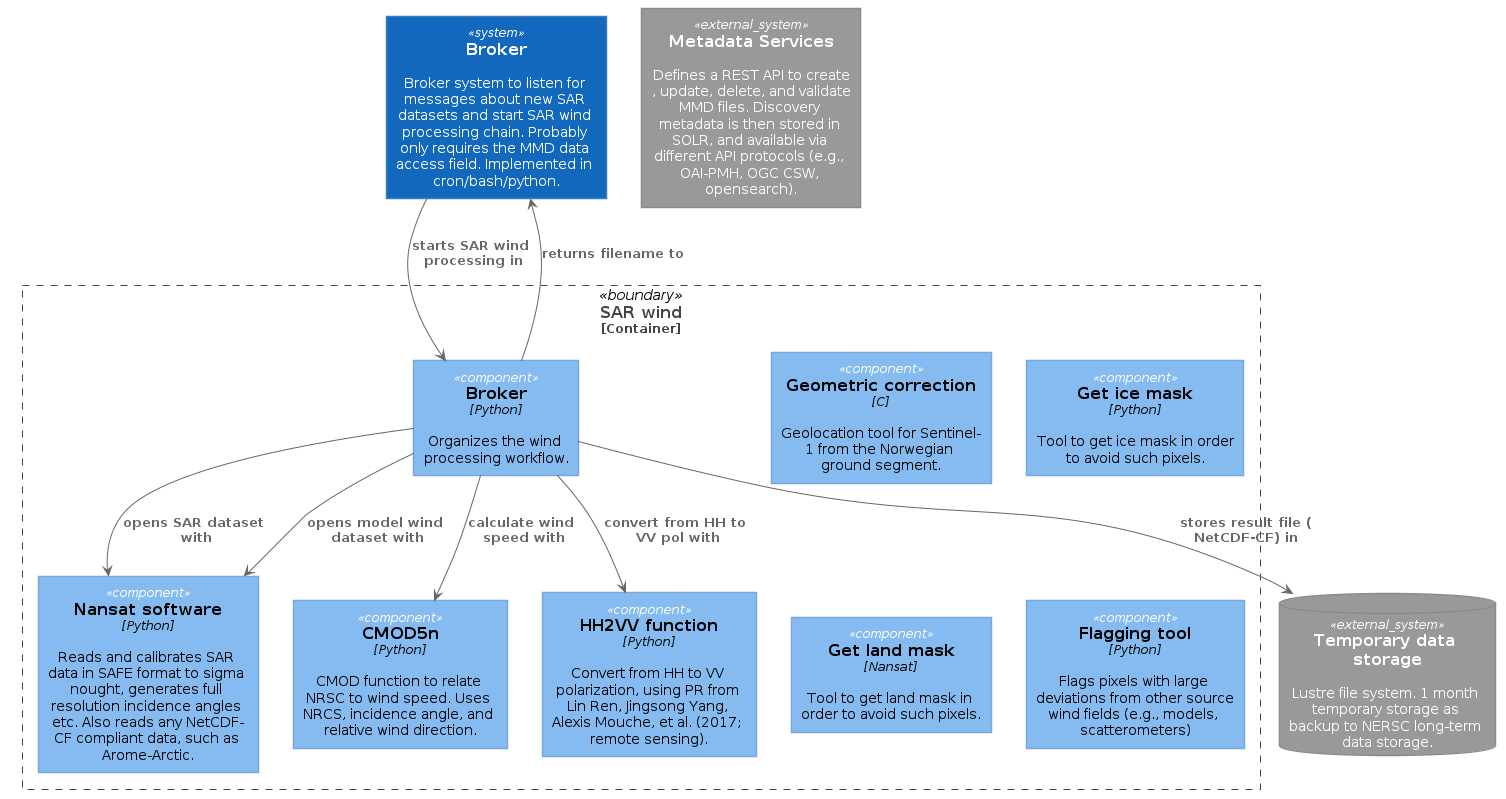
metno/py-sar-wind keeps this PlantUML diagram as puml/sarwind-component-diagram.png. Above is the earlier version. Source of this version:
```plantuml
@startuml sarwind-component-diagram





skinparam defaultTextAlignment center

skinparam wrapWidth 200
skinparam maxMessageSize 150

skinparam rectangle {
    StereotypeFontSize 12
    shadowing false
}

skinparam database {
    StereotypeFontSize 12
    shadowing false
}

skinparam Arrow {
    Color #666666
    FontColor #666666
    FontSize 12
}

skinparam rectangle<<boundary>> {
    Shadowing false
    StereotypeFontSize 0
    FontColor #444444
    BorderColor #444444
    BorderStyle dashed
}






















skinparam rectangle<<person>> {
    StereotypeFontColor #FFFFFF
    FontColor #FFFFFF
    BackgroundColor #08427B
    BorderColor #073B6F
}

skinparam rectangle<<external_person>> {
    StereotypeFontColor #FFFFFF
    FontColor #FFFFFF
    BackgroundColor #686868
    BorderColor #8A8A8A
}

skinparam rectangle<<system>> {
    StereotypeFontColor #FFFFFF
    FontColor #FFFFFF
    BackgroundColor #1168BD
    BorderColor #3C7FC0
}

skinparam rectangle<<external_system>> {
    StereotypeFontColor #FFFFFF
    FontColor #FFFFFF
    BackgroundColor #999999
    BorderColor #8A8A8A
}

skinparam database<<system>> {
    StereotypeFontColor #FFFFFF
    FontColor #FFFFFF
    BackgroundColor #1168BD
    BorderColor #3C7FC0
}

skinparam database<<external_system>> {
    StereotypeFontColor #FFFFFF
    FontColor #FFFFFF
    BackgroundColor #999999
    BorderColor #8A8A8A
}
















skinparam rectangle<<container>> {
    StereotypeFontColor #FFFFFF
    FontColor #FFFFFF
    BackgroundColor #438DD5
    BorderColor #3C7FC0
}

skinparam database<<container>> {
    StereotypeFontColor #FFFFFF
    FontColor #FFFFFF
    BackgroundColor #438DD5
    BorderColor #3C7FC0
}












skinparam rectangle<<component>> {
    StereotypeFontColor #FFFFFF
    FontColor #000000
    BackgroundColor #85BBF0
    BorderColor #78A8D8
}

skinparam database<<component>> {
    StereotypeFontColor #FFFFFF
    FontColor #000000
    BackgroundColor #85BBF0
    BorderColor #78A8D8
}







database "==Temporary data storage\n\n Lustre file system. 1 month temporary storage as backup to NERSC long-term data storage." <<external_system>> as met_storage

rectangle "==Metadata Services\n\n Defines a REST API to create, update, delete, and validate MMD files. Discovery metadata is then stored in SOLR, and available via different API protocols (e.g., OAI-PMH, OGC CSW, opensearch)." <<external_system>> as met

rectangle "==Broker\n\n Broker system to listen for messages about new SAR datasets and start SAR wind processing chain. Probably only requires the MMD data access field. Implemented in cron/bash/python." <<system>> as broker

rectangle "==SAR wind\n<size:12>[Container]</size>" <<boundary>> as sarwind{

  rectangle "==Geometric correction\n//<size:12>[C]</size>//\n\n Geolocation tool for Sentinel-1 from the Norwegian ground segment." <<component>> as nbs
  rectangle "==Get ice mask\n//<size:12>[Python]</size>//\n\n Tool to get ice mask in order to avoid such pixels." <<component>> as ice
  rectangle "==Get land mask\n//<size:12>[Nansat]</size>//\n\n Tool to get land mask in order to avoid such pixels." <<component>> as land
  rectangle "==CMOD5n\n//<size:12>[Python]</size>//\n\n CMOD function to relate NRSC to wind speed. Uses NRCS, incidence angle, and relative wind direction." <<component>> as cmod
  rectangle "==HH2VV function\n//<size:12>[Python]</size>//\n\n Convert from HH to VV polarization, using PR from Lin Ren, Jingsong Yang, Alexis Mouche, et al. (2017; remote sensing)." <<component>> as hh2vv
  rectangle "==Nansat software\n//<size:12>[Python]</size>//\n\n Reads and calibrates SAR data in SAFE format to sigma nought, generates full resolution incidence angles etc. Also reads any NetCDF-CF compliant data, such as Arome-Arctic." <<component>> as nansat
  rectangle "==Broker\n//<size:12>[Python]</size>//\n\n Organizes the wind processing workflow." <<component>> as swbroker

  rectangle "==Flagging tool\n//<size:12>[Python]</size>//\n\n Flags pixels with large deviations from other source wind fields (e.g., models, scatterometers)" <<component>> as flagger

}

broker --> swbroker : "===starts SAR wind processing in"

swbroker --> broker : "===returns filename to"
swbroker --> nansat : "===opens SAR dataset with"
swbroker --> nansat : "===opens model wind dataset with"
swbroker --> hh2vv : "===convert from HH to VV pol with"
swbroker --> cmod : "===calculate wind speed with"


swbroker --> met_storage : "===stores result file (NetCDF-CF) in"


@enduml
```
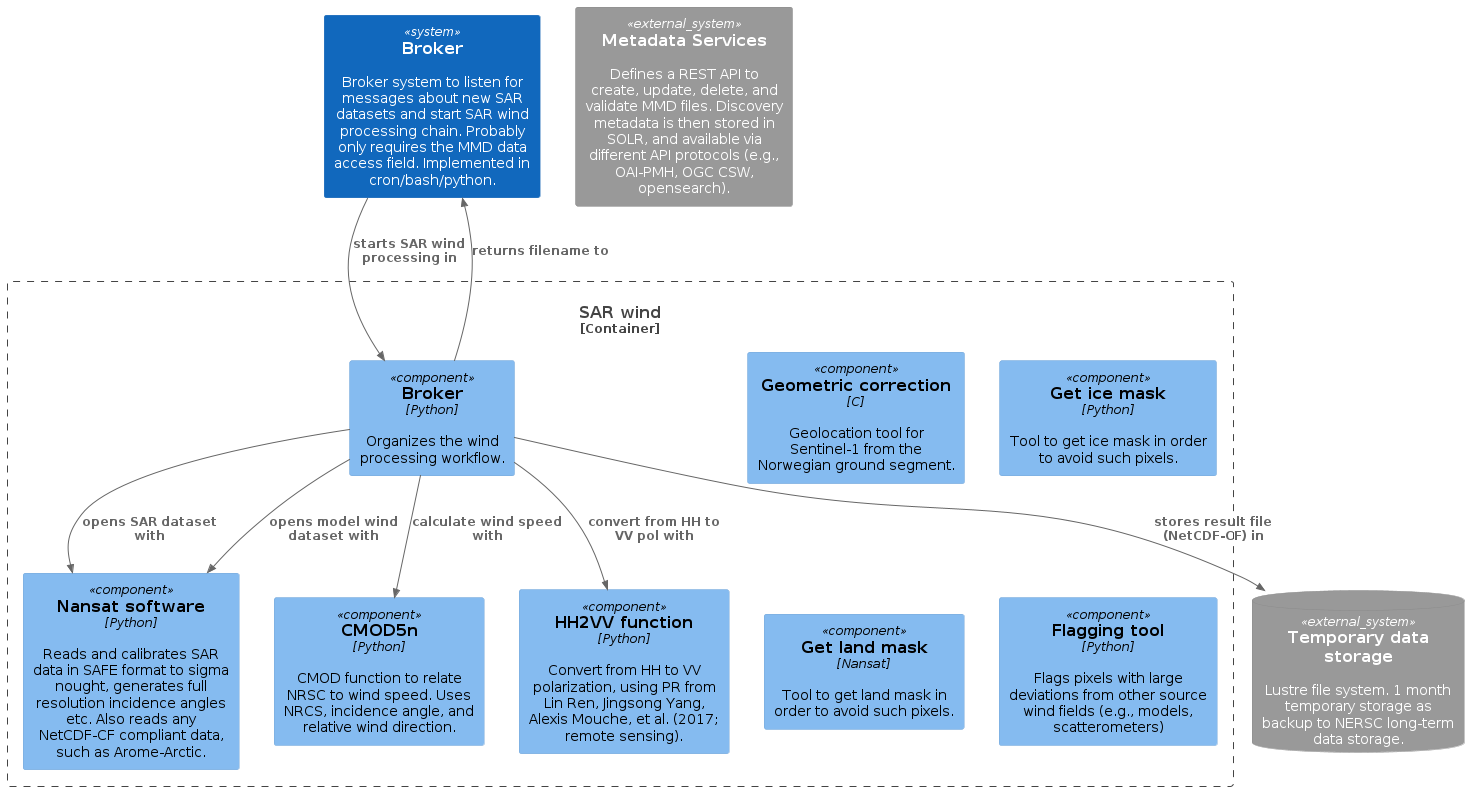
Later version of the same file.

The edit, as a diff of the source:
```diff
@@ -1,191 +1,37 @@
 @startuml sarwind-component-diagram
+!include <C4/C4_Component>
 
 
+SystemDb_Ext(met_storage, "Temporary data storage", "Lustre file system. 1 month temporary storage as backup to NERSC long-term data storage.")
 
+System_Ext(met, "Metadata Services", "Defines a REST API to create, update, delete, and validate MMD files. Discovery metadata is then stored in SOLR, and available via different API protocols (e.g., OAI-PMH, OGC CSW, opensearch).")
 
+System(broker, "Broker", "Broker system to listen for messages about new SAR datasets and start SAR wind processing chain. Probably only requires the MMD data access field. Implemented in cron/bash/python.")
 
-skinparam defaultTextAlignment center
+Container_Boundary(sarwind, "SAR wind"){
 
-skinparam wrapWidth 200
-skinparam maxMessageSize 150
+  Component(nbs, "Geometric correction", "C", "Geolocation tool for Sentinel-1 from the Norwegian ground segment.")
+  Component(ice, "Get ice mask", "Python", "Tool to get ice mask in order to avoid such pixels.")
+  Component(land, "Get land mask", "Nansat", "Tool to get land mask in order to avoid such pixels.")
+  Component(cmod, "CMOD5n", "Python", "CMOD function to relate NRSC to wind speed. Uses NRCS, incidence angle, and relative wind direction.")
+  Component(hh2vv, "HH2VV function", "Python", "Convert from HH to VV polarization, using PR from Lin Ren, Jingsong Yang, Alexis Mouche, et al. (2017; remote sensing).")
+  Component(nansat, "Nansat software", "Python", "Reads and calibrates SAR data in SAFE format to sigma nought, generates full resolution incidence angles etc. Also reads any NetCDF-CF compliant data, such as Arome-Arctic.")
+  Component(swbroker, "Broker", "Python", "Organizes the wind processing workflow.")
 
-skinparam rectangle {
-    StereotypeFontSize 12
-    shadowing false
-}
-
-skinparam database {
-    StereotypeFontSize 12
-    shadowing false
-}
-
-skinparam Arrow {
-    Color #666666
-    FontColor #666666
-    FontSize 12
-}
-
-skinparam rectangle<<boundary>> {
-    Shadowing false
-    StereotypeFontSize 0
-    FontColor #444444
-    BorderColor #444444
-    BorderStyle dashed
-}
-
-
-
-
-
-
-
-
-
-
-
-
-
-
-
-
-
-
-
-
-
-
-skinparam rectangle<<person>> {
-    StereotypeFontColor #FFFFFF
-    FontColor #FFFFFF
-    BackgroundColor #08427B
-    BorderColor #073B6F
-}
-
-skinparam rectangle<<external_person>> {
-    StereotypeFontColor #FFFFFF
-    FontColor #FFFFFF
-    BackgroundColor #686868
-    BorderColor #8A8A8A
-}
-
-skinparam rectangle<<system>> {
-    StereotypeFontColor #FFFFFF
-    FontColor #FFFFFF
-    BackgroundColor #1168BD
-    BorderColor #3C7FC0
-}
-
-skinparam rectangle<<external_system>> {
-    StereotypeFontColor #FFFFFF
-    FontColor #FFFFFF
-    BackgroundColor #999999
-    BorderColor #8A8A8A
-}
-
-skinparam database<<system>> {
-    StereotypeFontColor #FFFFFF
-    FontColor #FFFFFF
-    BackgroundColor #1168BD
-    BorderColor #3C7FC0
-}
-
-skinparam database<<external_system>> {
-    StereotypeFontColor #FFFFFF
-    FontColor #FFFFFF
-    BackgroundColor #999999
-    BorderColor #8A8A8A
-}
-
-
-
-
-
-
-
-
-
-
-
-
-
-
-
-
-skinparam rectangle<<container>> {
-    StereotypeFontColor #FFFFFF
-    FontColor #FFFFFF
-    BackgroundColor #438DD5
-    BorderColor #3C7FC0
-}
-
-skinparam database<<container>> {
-    StereotypeFontColor #FFFFFF
-    FontColor #FFFFFF
-    BackgroundColor #438DD5
-    BorderColor #3C7FC0
-}
-
-
-
-
-
-
-
-
-
-
-
-
-skinparam rectangle<<component>> {
-    StereotypeFontColor #FFFFFF
-    FontColor #000000
-    BackgroundColor #85BBF0
-    BorderColor #78A8D8
-}
-
-skinparam database<<component>> {
-    StereotypeFontColor #FFFFFF
-    FontColor #000000
-    BackgroundColor #85BBF0
-    BorderColor #78A8D8
-}
-
-
-
-
-
-
-
-database "==Temporary data storage\n\n Lustre file system. 1 month temporary storage as backup to NERSC long-term data storage." <<external_system>> as met_storage
-
-rectangle "==Metadata Services\n\n Defines a REST API to create, update, delete, and validate MMD files. Discovery metadata is then stored in SOLR, and available via different API protocols (e.g., OAI-PMH, OGC CSW, opensearch)." <<external_system>> as met
-
-rectangle "==Broker\n\n Broker system to listen for messages about new SAR datasets and start SAR wind processing chain. Probably only requires the MMD data access field. Implemented in cron/bash/python." <<system>> as broker
-
-rectangle "==SAR wind\n<size:12>[Container]</size>" <<boundary>> as sarwind{
-
-  rectangle "==Geometric correction\n//<size:12>[C]</size>//\n\n Geolocation tool for Sentinel-1 from the Norwegian ground segment." <<component>> as nbs
-  rectangle "==Get ice mask\n//<size:12>[Python]</size>//\n\n Tool to get ice mask in order to avoid such pixels." <<component>> as ice
-  rectangle "==Get land mask\n//<size:12>[Nansat]</size>//\n\n Tool to get land mask in order to avoid such pixels." <<component>> as land
-  rectangle "==CMOD5n\n//<size:12>[Python]</size>//\n\n CMOD function to relate NRSC to wind speed. Uses NRCS, incidence angle, and relative wind direction." <<component>> as cmod
-  rectangle "==HH2VV function\n//<size:12>[Python]</size>//\n\n Convert from HH to VV polarization, using PR from Lin Ren, Jingsong Yang, Alexis Mouche, et al. (2017; remote sensing)." <<component>> as hh2vv
-  rectangle "==Nansat software\n//<size:12>[Python]</size>//\n\n Reads and calibrates SAR data in SAFE format to sigma nought, generates full resolution incidence angles etc. Also reads any NetCDF-CF compliant data, such as Arome-Arctic." <<component>> as nansat
-  rectangle "==Broker\n//<size:12>[Python]</size>//\n\n Organizes the wind processing workflow." <<component>> as swbroker
-
-  rectangle "==Flagging tool\n//<size:12>[Python]</size>//\n\n Flags pixels with large deviations from other source wind fields (e.g., models, scatterometers)" <<component>> as flagger
+  Component(flagger, "Flagging tool", "Python", "Flags pixels with large deviations from other source wind fields (e.g., models, scatterometers)")
 
 }
 
-broker --> swbroker : "===starts SAR wind processing in"
+Rel(broker, swbroker, "starts SAR wind processing in")
 
-swbroker --> broker : "===returns filename to"
-swbroker --> nansat : "===opens SAR dataset with"
-swbroker --> nansat : "===opens model wind dataset with"
-swbroker --> hh2vv : "===convert from HH to VV pol with"
-swbroker --> cmod : "===calculate wind speed with"
+Rel(swbroker, broker, "returns filename to")
+Rel(swbroker, nansat, "opens SAR dataset with")
+Rel(swbroker, nansat, "opens model wind dataset with")
+Rel(swbroker, hh2vv, "convert from HH to VV pol with")
+Rel(swbroker, cmod, "calculate wind speed with")
 
 
-swbroker --> met_storage : "===stores result file (NetCDF-CF) in"
+Rel(swbroker, met_storage, "stores result file (NetCDF-CF) in")
 
 
 @enduml
```
